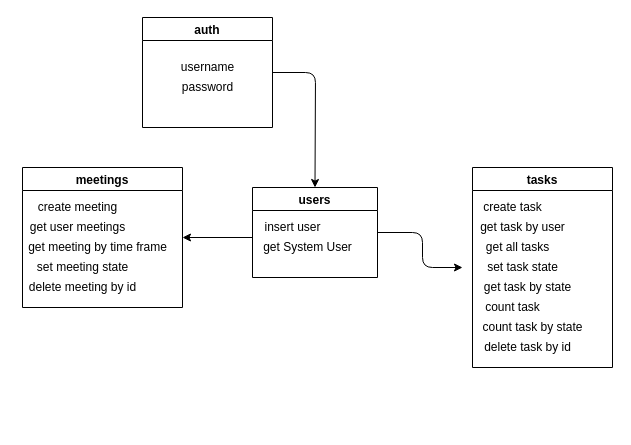
Impulsul/Time-Manager keeps this draw.io diagram as class diagram.drawio. Above is the earlier version. Source tidied: cells renumbered, new cells numbered last; positions are measured from the earlier drawing's top-left corner, leaving out a move shared by most shapes. Both pictures are drawn from the tidied source at 100%, with x=0, y=0 at pixel (22, 17).
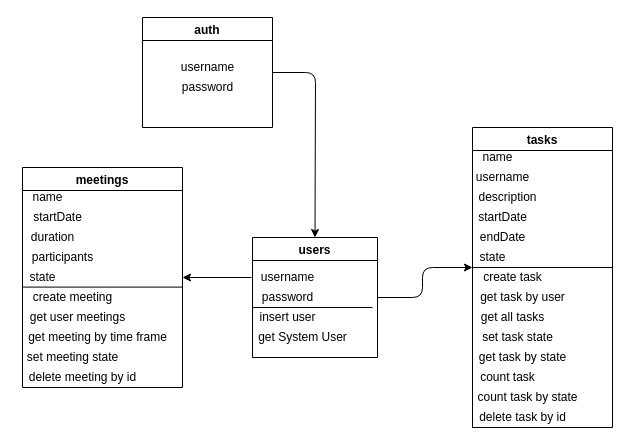
Above is the later version.

The edit, as a diff of the source:
```diff
@@
     <mxCell id="5" value="tasks" style="swimlane;startSize=23;" parent="1" vertex="1">
-      <mxGeometry x="450" y="150" width="140" height="200" as="geometry" />
+      <mxGeometry x="450" y="110" width="140" height="300" as="geometry" />
     </mxCell>
     <mxCell id="6" value="get task by user" style="text;html=1;align=center;verticalAlign=middle;strokeColor=none;" parent="5" vertex="1">
-      <mxGeometry y="50" width="100" height="20" as="geometry" />
+      <mxGeometry y="160" width="100" height="20" as="geometry" />
     </mxCell>
     <mxCell id="7" value="get all tasks" style="text;html=1;align=center;verticalAlign=middle;strokeColor=none;" parent="5" vertex="1">
-      <mxGeometry x="5" y="70" width="80" height="20" as="geometry" />
+      <mxGeometry y="180" width="80" height="20" as="geometry" />
     </mxCell>
     <mxCell id="8" value="count task by state" style="text;html=1;align=center;verticalAlign=middle;strokeColor=none;" parent="5" vertex="1">
-      <mxGeometry y="150" width="120" height="20" as="geometry" />
+      <mxGeometry x="-5" y="260" width="120" height="20" as="geometry" />
     </mxCell>
     <mxCell id="9" value="count task" style="text;html=1;align=center;verticalAlign=middle;strokeColor=none;" parent="5" vertex="1">
-      <mxGeometry x="5" y="130" width="70" height="20" as="geometry" />
+      <mxGeometry y="240" width="70" height="20" as="geometry" />
     </mxCell>
     <mxCell id="10" value="get task by state" style="text;html=1;align=center;verticalAlign=middle;strokeColor=none;" parent="5" vertex="1">
-      <mxGeometry x="5" y="110" width="100" height="20" as="geometry" />
+      <mxGeometry y="220" width="100" height="20" as="geometry" />
     </mxCell>
     <mxCell id="11" value="delete task by id" style="text;html=1;align=center;verticalAlign=middle;strokeColor=none;" parent="5" vertex="1">
-      <mxGeometry x="5" y="170" width="100" height="20" as="geometry" />
+      <mxGeometry y="280" width="100" height="20" as="geometry" />
     </mxCell>
     <mxCell id="12" value="create task" style="text;html=1;align=center;verticalAlign=middle;strokeColor=none;" parent="5" vertex="1">
-      <mxGeometry x="5" y="30" width="70" height="20" as="geometry" />
+      <mxGeometry x="5" y="140" width="70" height="20" as="geometry" />
     </mxCell>
     <mxCell id="13" value="set task state" style="text;html=1;align=center;verticalAlign=middle;strokeColor=none;" parent="5" vertex="1">
-      <mxGeometry x="5" y="90" width="90" height="20" as="geometry" />
+      <mxGeometry y="200" width="90" height="20" as="geometry" />
     </mxCell>
+    <mxCell id="26" style="endArrow=none;html=1;" parent="5" edge="1">
+      <mxGeometry relative="1" as="geometry">
+        <mxPoint y="140" as="sourcePoint" />
+        <mxPoint x="140" y="140" as="targetPoint" />
+      </mxGeometry>
+    </mxCell>
+    <mxCell id="27" value="username" style="text;html=1;align=center;verticalAlign=middle;strokeColor=none;" parent="5" vertex="1">
+      <mxGeometry x="-5" y="40" width="70" height="20" as="geometry" />
+    </mxCell>
+    <mxCell id="28" value="description" style="text;html=1;align=center;verticalAlign=middle;strokeColor=none;" parent="5" vertex="1">
+      <mxGeometry y="60" width="70" height="20" as="geometry" />
+    </mxCell>
+    <mxCell id="29" value="startDate" style="text;html=1;align=center;verticalAlign=middle;strokeColor=none;" parent="5" vertex="1">
+      <mxGeometry y="80" width="60" height="20" as="geometry" />
+    </mxCell>
+    <mxCell id="30" value="endDate" style="text;html=1;align=center;verticalAlign=middle;strokeColor=none;" parent="5" vertex="1">
+      <mxGeometry y="100" width="60" height="20" as="geometry" />
+    </mxCell>
+    <mxCell id="31" value="state" style="text;html=1;align=center;verticalAlign=middle;strokeColor=none;" parent="5" vertex="1">
+      <mxGeometry y="120" width="40" height="20" as="geometry" />
+    </mxCell>
+    <mxCell id="32" value="name" style="text;html=1;align=center;verticalAlign=middle;strokeColor=none;" parent="5" vertex="1">
+      <mxGeometry y="20" width="50" height="20" as="geometry" />
+    </mxCell>
     <mxCell id="14" value="meetings" style="swimlane;" parent="1" vertex="1">
-      <mxGeometry y="150" width="160" height="140" as="geometry" />
+      <mxGeometry y="150" width="160" height="220" as="geometry" />
     </mxCell>
     <mxCell id="15" value="get meeting by time frame" style="text;html=1;align=center;verticalAlign=middle;strokeColor=none;" parent="14" vertex="1">
-      <mxGeometry y="70" width="150" height="20" as="geometry" />
+      <mxGeometry y="160" width="150" height="20" as="geometry" />
     </mxCell>
     <mxCell id="16" value="get user meetings" style="text;html=1;align=center;verticalAlign=middle;strokeColor=none;" parent="14" vertex="1">
-      <mxGeometry y="50" width="110" height="20" as="geometry" />
+      <mxGeometry y="140" width="110" height="20" as="geometry" />
     </mxCell>
     <mxCell id="17" value="delete meeting by id" style="text;html=1;align=center;verticalAlign=middle;strokeColor=none;" parent="14" vertex="1">
-      <mxGeometry y="110" width="120" height="20" as="geometry" />
+      <mxGeometry y="200" width="120" height="20" as="geometry" />
     </mxCell>
     <mxCell id="18" value="create meeting" style="text;html=1;align=center;verticalAlign=middle;strokeColor=none;" parent="14" vertex="1">
-      <mxGeometry x="10" y="30" width="90" height="20" as="geometry" />
+      <mxGeometry x="5" y="120" width="90" height="20" as="geometry" />
     </mxCell>
     <mxCell id="19" value="set meeting state" style="text;html=1;align=center;verticalAlign=middle;strokeColor=none;" parent="14" vertex="1">
-      <mxGeometry x="5" y="90" width="110" height="20" as="geometry" />
+      <mxGeometry x="-5" y="180" width="110" height="20" as="geometry" />
     </mxCell>
+    <mxCell id="33" value="startDate" style="text;html=1;align=center;verticalAlign=middle;strokeColor=none;" parent="14" vertex="1">
+      <mxGeometry x="5" y="40" width="60" height="20" as="geometry" />
+    </mxCell>
+    <mxCell id="34" value="name" style="text;html=1;align=center;verticalAlign=middle;strokeColor=none;" parent="14" vertex="1">
+      <mxGeometry y="20" width="50" height="20" as="geometry" />
+    </mxCell>
+    <mxCell id="35" value="duration" style="text;html=1;align=center;verticalAlign=middle;strokeColor=none;" parent="14" vertex="1">
+      <mxGeometry y="60" width="60" height="20" as="geometry" />
+    </mxCell>
+    <mxCell id="36" value="participants" style="text;html=1;align=center;verticalAlign=middle;strokeColor=none;" parent="14" vertex="1">
+      <mxGeometry y="80" width="80" height="20" as="geometry" />
+    </mxCell>
+    <mxCell id="37" style="endArrow=none;html=1;" parent="14" edge="1">
+      <mxGeometry relative="1" as="geometry">
+        <mxPoint x="160" y="119.6" as="sourcePoint" />
+        <mxPoint y="119.6" as="targetPoint" />
+      </mxGeometry>
+    </mxCell>
     <mxCell id="20" value="users" style="swimlane;" parent="1" vertex="1">
-      <mxGeometry x="230" y="170" width="125" height="90" as="geometry" />
+      <mxGeometry x="230" y="220" width="125" height="120" as="geometry" />
     </mxCell>
     <mxCell id="21" value="insert user" style="text;html=1;align=center;verticalAlign=middle;strokeColor=none;" parent="20" vertex="1">
-      <mxGeometry x="5" y="30" width="70" height="20" as="geometry" />
+      <mxGeometry y="70" width="70" height="20" as="geometry" />
     </mxCell>
     <mxCell id="22" value="get System User" style="text;html=1;align=center;verticalAlign=middle;strokeColor=none;" parent="20" vertex="1">
-      <mxGeometry x="5" y="50" width="100" height="20" as="geometry" />
+      <mxGeometry y="90" width="100" height="20" as="geometry" />
     </mxCell>
+    <mxCell id="38" value="password" style="text;html=1;align=center;verticalAlign=middle;strokeColor=none;" parent="20" vertex="1">
+      <mxGeometry y="50" width="70" height="20" as="geometry" />
+    </mxCell>
+    <mxCell id="39" value="username" style="text;html=1;align=center;verticalAlign=middle;strokeColor=none;" parent="20" vertex="1">
+      <mxGeometry y="30" width="70" height="20" as="geometry" />
+    </mxCell>
+    <mxCell id="40" style="endArrow=none;html=1;" parent="20" edge="1">
+      <mxGeometry relative="1" as="geometry">
+        <mxPoint y="70" as="sourcePoint" />
+        <mxPoint x="120" y="70" as="targetPoint" />
+      </mxGeometry>
+    </mxCell>
@@
     <mxCell id="24" style="endArrow=classic;html=1;entryX=1;entryY=0.5;entryDx=0;entryDy=0;" parent="1" edge="1" target="14">
       <mxGeometry relative="1" as="geometry">
-        <mxPoint x="230" y="220" as="sourcePoint" />
+        <mxPoint x="229" y="260" as="sourcePoint" />
       </mxGeometry>
     </mxCell>
     <mxCell id="25" style="endArrow=classic;html=1;exitX=1;exitY=0.5;exitDx=0;exitDy=0;" parent="1" edge="1" source="20">
       <mxGeometry relative="1" as="geometry">
-        <mxPoint x="440" y="250" as="targetPoint" />
+        <mxPoint x="450" y="250" as="targetPoint" />
         <Array as="points">
-          <mxPoint x="400" y="215" />
+          <mxPoint x="400" y="280" />
           <mxPoint x="400" y="250" />
         </Array>
       </mxGeometry>
     </mxCell>
+    <mxCell id="41" value="state" style="text;html=1;align=center;verticalAlign=middle;strokeColor=none;" parent="1" vertex="1">
+      <mxGeometry y="250" width="40" height="20" as="geometry" />
+    </mxCell>
```
